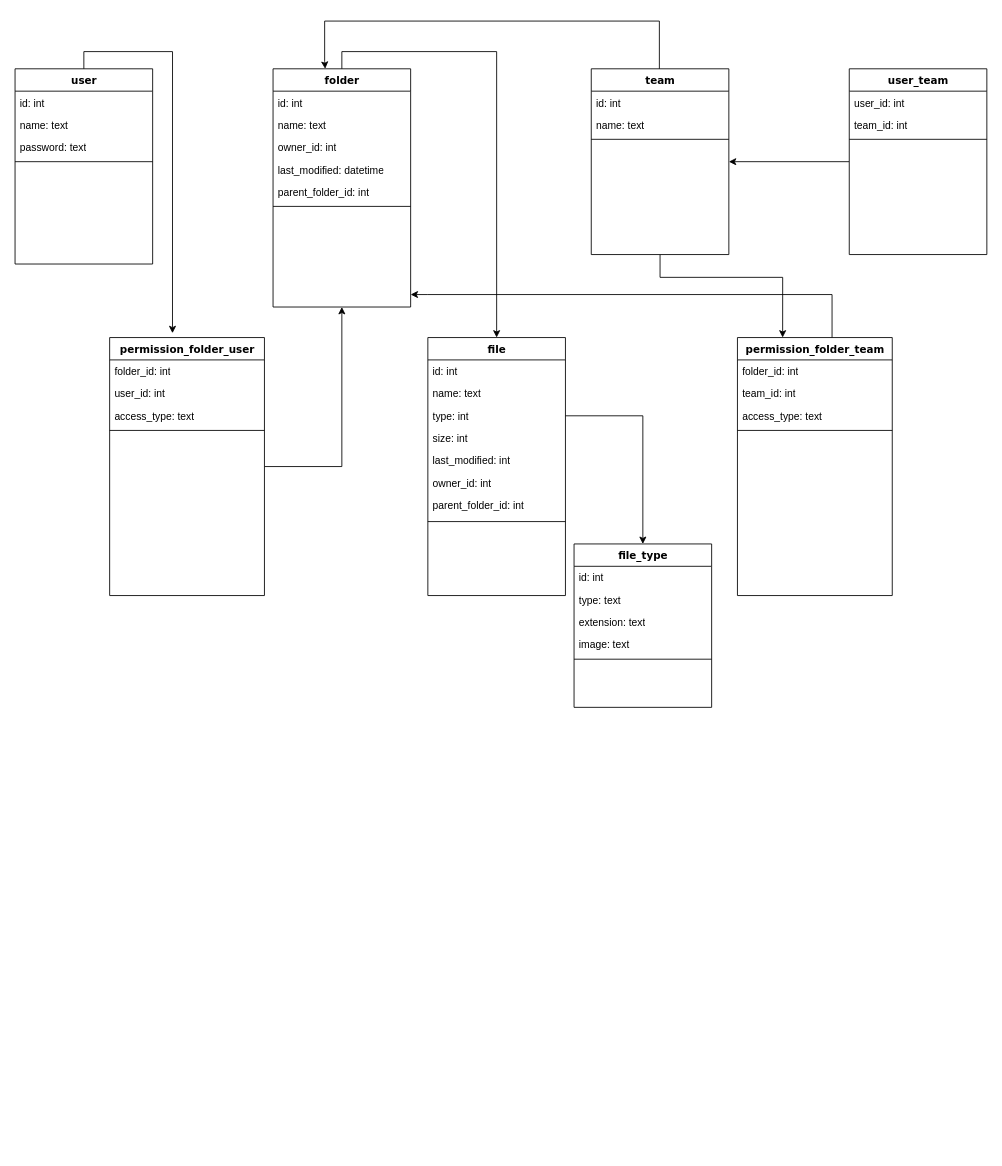
Before: models/hello-storage.drawio in alexbkl/hello-back, a draw.io diagram. Source tidied: cells renumbered, new cells numbered last; positions are measured from the earlier drawing's top-left corner, leaving out a move shared by most shapes. Both pictures are drawn from the tidied source at 86%, with x=0, y=0 at pixel (15, 21).
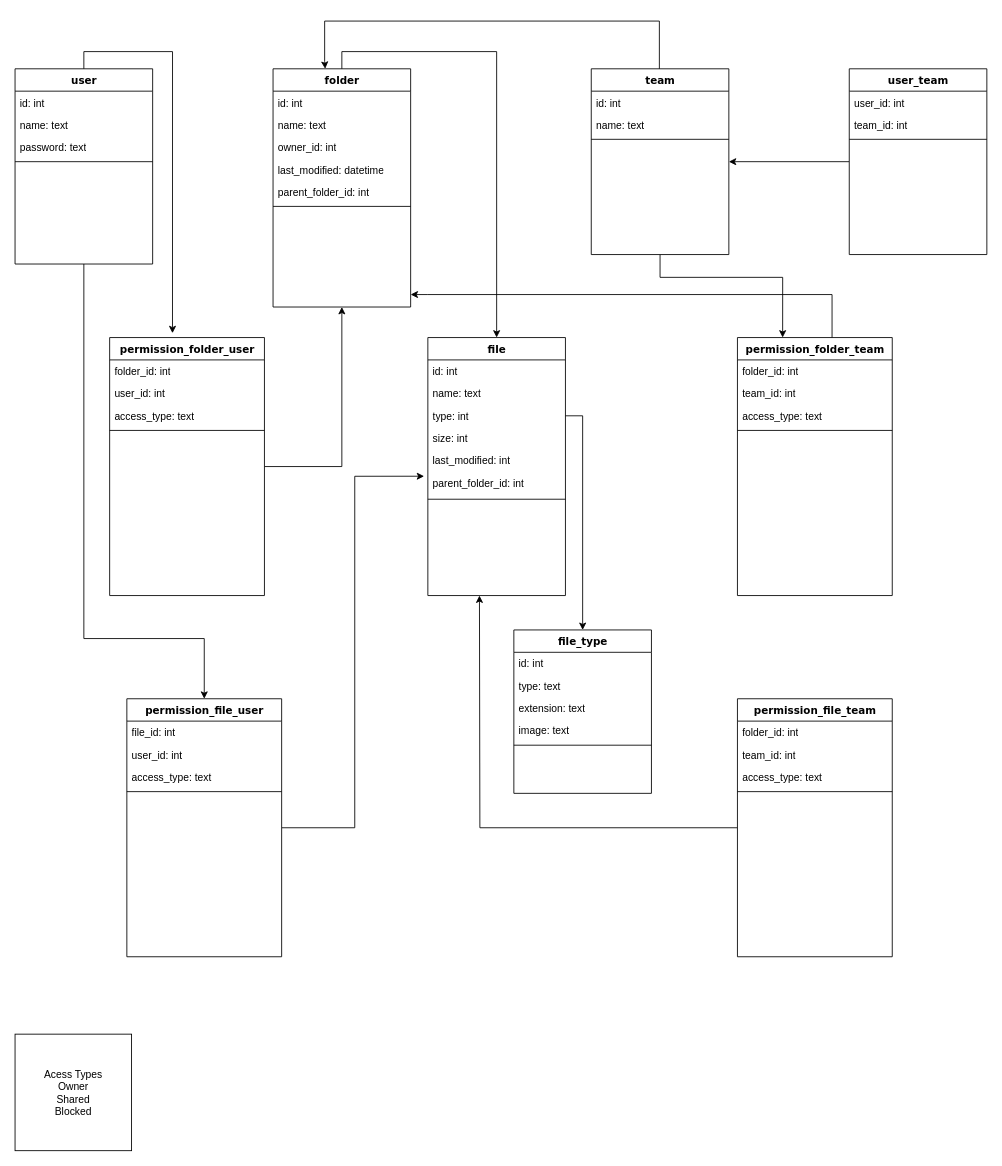
After the change.

The change refers to these unchanged cells:
```xml
<mxCell id="3" value="user" style="swimlane;html=1;fontStyle=1;align=center;verticalAlign=top;horizontal=1;startSize=26;swimlaneFillColor=#ffffff;rounded=0;shadow=0;comic=0;labelBackgroundColor=none;strokeWidth=1;fillColor=none;fontFamily=Verdana;fontSize=12;" parent="1" vertex="1">
  <mxGeometry y="55.5" width="160" height="227" as="geometry" />
</mxCell>
<mxCell id="16" value="file" style="swimlane;html=1;fontStyle=1;align=center;verticalAlign=top;horizontal=1;startSize=26;swimlaneFillColor=#ffffff;rounded=0;shadow=0;comic=0;labelBackgroundColor=none;strokeWidth=1;fillColor=none;fontFamily=Verdana;fontSize=12;" parent="1" vertex="1">
  <mxGeometry x="480" y="368" width="160" height="300" as="geometry" />
</mxCell>
```

Change to the diagram source:
```diff
@@
+    <mxCell id="55" style="edgeStyle=orthogonalEdgeStyle;rounded=0;jettySize=auto;html=1;exitX=0.5;exitY=1;exitDx=0;exitDy=0;entryX=0.5;entryY=0;entryDx=0;entryDy=0;" parent="1" edge="1" source="3" target="57">
+      <mxGeometry relative="1" as="geometry">
+        <Array as="points">
+          <mxPoint x="80" y="718" />
+          <mxPoint x="220" y="718" />
+        </Array>
+      </mxGeometry>
+    </mxCell>
@@
-    <mxCell id="22" value="owner_id: int" style="text;html=1;strokeColor=none;fillColor=none;align=left;verticalAlign=top;spacingLeft=4;spacingRight=4;whiteSpace=wrap;overflow=hidden;" parent="16" vertex="1">
-      <mxGeometry y="156" width="160" height="26" as="geometry" />
-    </mxCell>
     <mxCell id="23" value="parent_folder_id: int" style="text;html=1;strokeColor=none;fillColor=none;align=left;verticalAlign=top;spacingLeft=4;spacingRight=4;whiteSpace=wrap;overflow=hidden;points=[[0,0.5],[1,0.5]];portConstraint=eastwest;" parent="16" vertex="1">
-      <mxGeometry y="182" width="160" height="26" as="geometry" />
+      <mxGeometry y="156" width="160" height="26" as="geometry" />
     </mxCell>
     <mxCell id="24" style="line;html=1;strokeWidth=1;fillColor=none;align=left;verticalAlign=middle;spacingTop=-1;spacingLeft=3;spacingRight=3;labelPosition=right;" parent="16" vertex="1">
-      <mxGeometry y="208" width="160" height="12" as="geometry" />
+      <mxGeometry y="182" width="160" height="12" as="geometry" />
     </mxCell>
@@
     <mxCell id="31" value="file_type" style="swimlane;html=1;fontStyle=1;align=center;verticalAlign=top;horizontal=1;startSize=26;swimlaneFillColor=#ffffff;rounded=0;shadow=0;comic=0;labelBackgroundColor=none;strokeWidth=1;fillColor=none;fontFamily=Verdana;fontSize=12;" parent="1" vertex="1">
-      <mxGeometry x="650" y="608" width="160" height="190" as="geometry" />
+      <mxGeometry x="580" y="708" width="160" height="190" as="geometry" />
     </mxCell>
@@
+    <mxCell id="56" style="edgeStyle=orthogonalEdgeStyle;rounded=0;jettySize=auto;html=1;exitX=1;exitY=0.5;exitDx=0;exitDy=0;entryX=-0.027;entryY=0.202;entryDx=0;entryDy=0;entryPerimeter=0;" parent="1" edge="1" source="57" target="23">
+      <mxGeometry relative="1" as="geometry" />
+    </mxCell>
+    <mxCell id="57" value="permission_file_user" style="swimlane;html=1;fontStyle=1;align=center;verticalAlign=top;horizontal=1;startSize=26;swimlaneFillColor=#ffffff;rounded=0;shadow=0;comic=0;labelBackgroundColor=none;strokeWidth=1;fillColor=none;fontFamily=Verdana;fontSize=12;" parent="1" vertex="1">
+      <mxGeometry x="130" y="788" width="180" height="300" as="geometry" />
+    </mxCell>
+    <mxCell id="58" value="file_id: int" style="text;html=1;strokeColor=none;fillColor=none;align=left;verticalAlign=top;spacingLeft=4;spacingRight=4;whiteSpace=wrap;overflow=hidden;" parent="57" vertex="1">
+      <mxGeometry y="26" width="180" height="26" as="geometry" />
+    </mxCell>
+    <mxCell id="59" value="user_id: int" style="text;html=1;strokeColor=none;fillColor=none;align=left;verticalAlign=top;spacingLeft=4;spacingRight=4;whiteSpace=wrap;overflow=hidden;" parent="57" vertex="1">
+      <mxGeometry y="52" width="180" height="26" as="geometry" />
+    </mxCell>
+    <mxCell id="60" value="access_type: text" style="text;html=1;strokeColor=none;fillColor=none;align=left;verticalAlign=top;spacingLeft=4;spacingRight=4;whiteSpace=wrap;overflow=hidden;" parent="57" vertex="1">
+      <mxGeometry y="78" width="180" height="26" as="geometry" />
+    </mxCell>
+    <mxCell id="61" style="line;html=1;strokeWidth=1;fillColor=none;align=left;verticalAlign=middle;spacingTop=-1;spacingLeft=3;spacingRight=3;labelPosition=right;" parent="57" vertex="1">
+      <mxGeometry y="104" width="180" height="8" as="geometry" />
+    </mxCell>
+    <mxCell id="62" style="edgeStyle=orthogonalEdgeStyle;rounded=0;jettySize=auto;html=1;" parent="1" edge="1" source="63">
+      <mxGeometry relative="1" as="geometry">
+        <mxPoint x="540" y="668" as="targetPoint" />
+      </mxGeometry>
+    </mxCell>
+    <mxCell id="63" value="permission_file_team" style="swimlane;html=1;fontStyle=1;align=center;verticalAlign=top;horizontal=1;startSize=26;swimlaneFillColor=#ffffff;rounded=0;shadow=0;comic=0;labelBackgroundColor=none;strokeWidth=1;fillColor=none;fontFamily=Verdana;fontSize=12;" parent="1" vertex="1">
+      <mxGeometry x="840" y="788" width="180" height="300" as="geometry" />
+    </mxCell>
+    <mxCell id="64" value="folder_id: int" style="text;html=1;strokeColor=none;fillColor=none;align=left;verticalAlign=top;spacingLeft=4;spacingRight=4;whiteSpace=wrap;overflow=hidden;" parent="63" vertex="1">
+      <mxGeometry y="26" width="180" height="26" as="geometry" />
+    </mxCell>
+    <mxCell id="65" value="team_id: int" style="text;html=1;strokeColor=none;fillColor=none;align=left;verticalAlign=top;spacingLeft=4;spacingRight=4;whiteSpace=wrap;overflow=hidden;" parent="63" vertex="1">
+      <mxGeometry y="52" width="180" height="26" as="geometry" />
+    </mxCell>
+    <mxCell id="66" value="access_type: text" style="text;html=1;strokeColor=none;fillColor=none;align=left;verticalAlign=top;spacingLeft=4;spacingRight=4;whiteSpace=wrap;overflow=hidden;" parent="63" vertex="1">
+      <mxGeometry y="78" width="180" height="26" as="geometry" />
+    </mxCell>
+    <mxCell id="67" style="line;html=1;strokeWidth=1;fillColor=none;align=left;verticalAlign=middle;spacingTop=-1;spacingLeft=3;spacingRight=3;labelPosition=right;" parent="63" vertex="1">
+      <mxGeometry y="104" width="180" height="8" as="geometry" />
+    </mxCell>
+    <mxCell id="68" value="Acess Types&lt;br&gt;Owner&lt;br&gt;Shared&lt;br&gt;Blocked" style="whiteSpace=wrap;html=1;" parent="1" vertex="1">
+      <mxGeometry y="1178" width="135.5" height="135.5" as="geometry" />
+    </mxCell>
```
